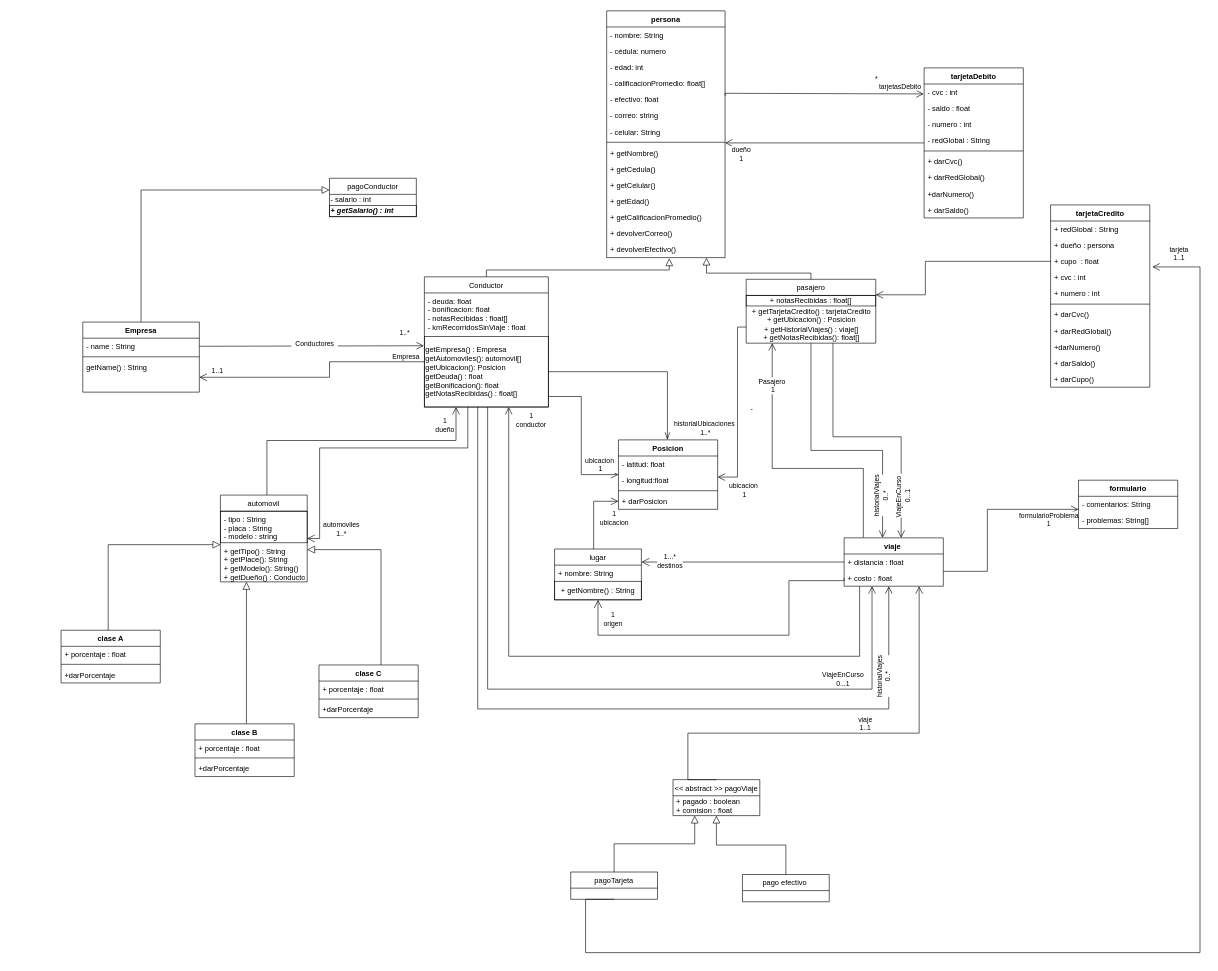
Above: DiagramaDeClase.drawio in DPOO2022-1-SEC04-G08/Taller2 (draw.io), before the change. Source tidied: cells renumbered, new cells numbered last; positions are measured from the earlier drawing's top-left corner, leaving out a move shared by most shapes. Both pictures are drawn from the tidied source at 62%, with x=0, y=0 at pixel (61, 11).
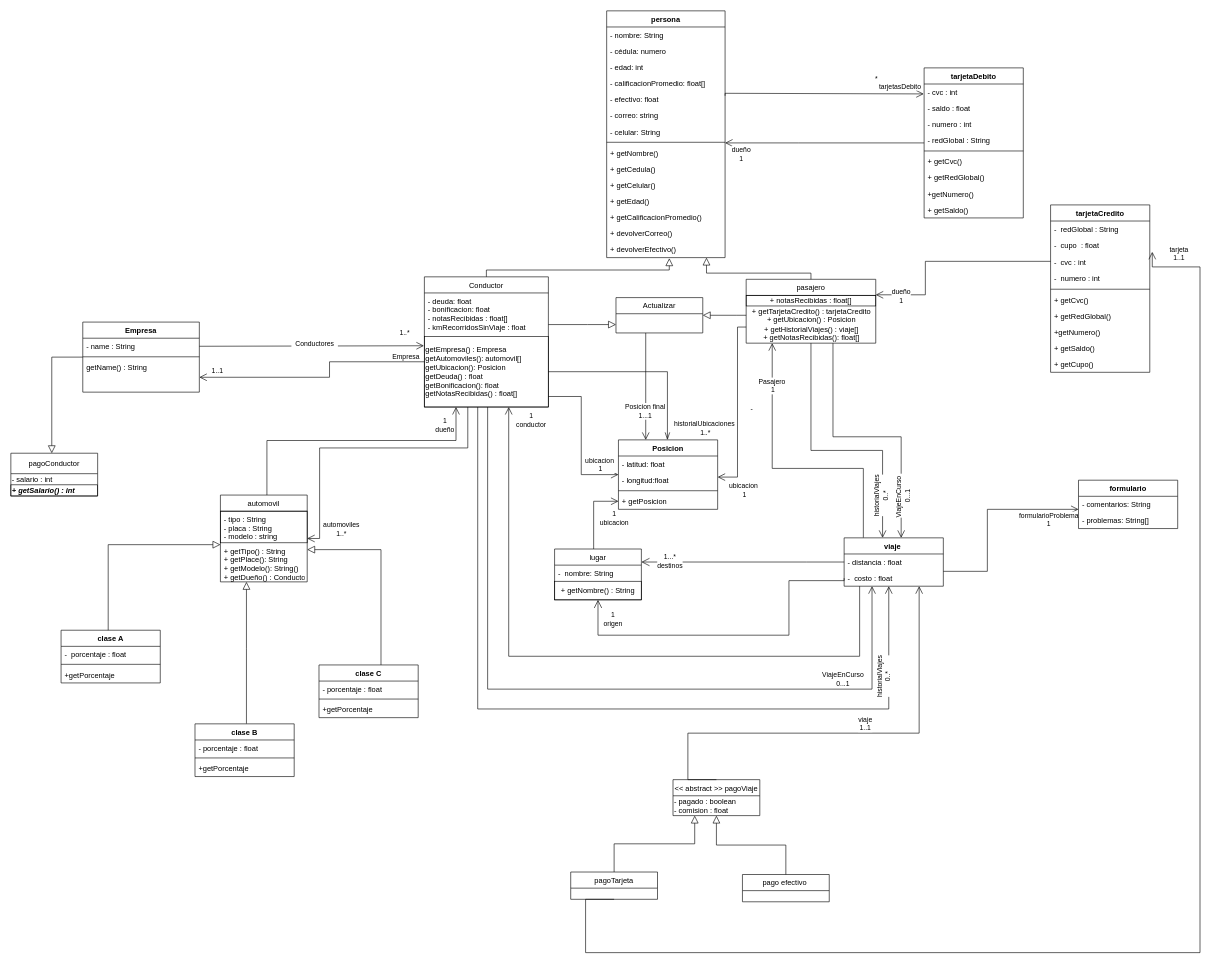
After the change.

Unchanged cells that the change refers to:
```xml
<mxCell id="13" value="pasajero" style="swimlane;fontStyle=0;horizontal=1;startSize=26;fillColor=none;" parent="1" vertex="1">
  <mxGeometry x="1105" y="433" width="209" height="103" as="geometry" />
</mxCell>
<mxCell id="24" value="Conductor" style="swimlane;fontStyle=0;horizontal=1;startSize=26;fillColor=none;" parent="1" vertex="1">
  <mxGeometry x="586" y="429" width="200" height="210" as="geometry" />
</mxCell>
<mxCell id="29" value="lugar" style="swimlane;fontStyle=0;horizontal=1;startSize=26;fillColor=none;" parent="1" vertex="1">
  <mxGeometry x="796" y="868" width="140" height="82" as="geometry" />
</mxCell>
<mxCell id="33" value="&lt;&lt; abstract &gt;&gt; pagoViaje" style="swimlane;fontStyle=0;horizontal=1;startSize=26;fillColor=none;" parent="1" vertex="1">
  <mxGeometry x="987" y="1240" width="140" height="58" as="geometry" />
</mxCell>
<mxCell id="69" value="Empresa" style="swimlane;fontStyle=1;align=center;verticalAlign=top;horizontal=1;startSize=26;" parent="1" vertex="1">
  <mxGeometry x="35" y="502" width="188" height="113" as="geometry" />
</mxCell>
<mxCell id="83" value="Posicion" style="swimlane;fontStyle=1;align=center;verticalAlign=top;horizontal=1;startSize=26;" parent="1" vertex="1">
  <mxGeometry x="899" y="692" width="160" height="112" as="geometry" />
</mxCell>
<mxCell id="88" value="tarjetaDebito" style="swimlane;fontStyle=1;align=center;verticalAlign=top;horizontal=1;startSize=26;" parent="1" vertex="1">
  <mxGeometry x="1392" y="92" width="160" height="242" as="geometry" />
</mxCell>
<mxCell id="113" value="clase A" style="swimlane;fontStyle=1;align=center;verticalAlign=top;horizontal=1;startSize=26;" parent="1" vertex="1">
  <mxGeometry y="999" width="160" height="85" as="geometry" />
</mxCell>
<mxCell id="117" value="clase B" style="swimlane;fontStyle=1;align=center;verticalAlign=top;horizontal=1;startSize=26;" parent="1" vertex="1">
  <mxGeometry x="216" y="1150" width="160" height="85" as="geometry" />
</mxCell>
<mxCell id="121" value="clase C" style="swimlane;fontStyle=1;align=center;verticalAlign=top;horizontal=1;startSize=26;" parent="1" vertex="1">
  <mxGeometry x="416" y="1055" width="160" height="85" as="geometry" />
</mxCell>
<mxCell id="125" value="viaje " style="swimlane;fontStyle=1;align=center;verticalAlign=top;horizontal=1;startSize=26;" parent="1" vertex="1">
  <mxGeometry x="1263" y="850" width="160" height="78" as="geometry" />
</mxCell>
```

Diff of the diagram source:
```diff
@@
-    <mxCell id="30" value="+ nombre: String" style="text;strokeColor=none;fillColor=none;align=left;verticalAlign=top;spacingLeft=4;spacingRight=4;overflow=hidden;" parent="29" vertex="1">
+    <mxCell id="30" value="-  nombre: String" style="text;strokeColor=none;fillColor=none;align=left;verticalAlign=top;spacingLeft=4;spacingRight=4;overflow=hidden;" parent="29" vertex="1">
       <mxGeometry y="26" width="140" height="26" as="geometry" />
     </mxCell>
@@
-    <mxCell id="34" value="&amp;nbsp;+ pagado : boolean&lt;br&gt;&amp;nbsp;+ comision : float" style="text;html=1;align=left;verticalAlign=middle;strokeColor=none;fillColor=none;" parent="33" vertex="1">
+    <mxCell id="34" value="- pagado : boolean&lt;br&gt;- comision : float" style="text;html=1;align=left;verticalAlign=middle;strokeColor=none;fillColor=none;" parent="33" vertex="1">
       <mxGeometry y="26" width="140" height="32" as="geometry" />
     </mxCell>
@@
-    <mxCell id="68" style="edgeStyle=orthogonalEdgeStyle;rounded=0;jettySize=auto;html=1;endArrow=block;endFill=0;endSize=10;" parent="1" edge="1" source="69" target="78">
-      <mxGeometry relative="1" as="geometry">
-        <Array as="points">
-          <mxPoint x="129" y="289" />
-        </Array>
-      </mxGeometry>
-    </mxCell>
@@
-    <mxCell id="78" value="pagoConductor" style="swimlane;fontStyle=0;horizontal=1;startSize=26;fillColor=none;" parent="1" vertex="1">
-      <mxGeometry x="433" y="270" width="140" height="62" as="geometry" />
+    <mxCell id="78" value="pagoConductor" style="swimlane;fontStyle=0;horizontal=1;startSize=33;fillColor=none;" parent="1" vertex="1">
+      <mxGeometry x="-81" y="713.5" width="140" height="69" as="geometry" />
     </mxCell>
     <mxCell id="79" value="- salario : int" style="text;html=1;align=left;verticalAlign=middle;strokeColor=none;fillColor=none;" parent="78" vertex="1">
-      <mxGeometry y="26" width="140" height="18" as="geometry" />
+      <mxGeometry y="33" width="140" height="18" as="geometry" />
     </mxCell>
     <mxCell id="80" value="&lt;i&gt;&lt;b&gt;&lt;i&gt;+ getSalario() : int&lt;br&gt;&lt;/i&gt;&lt;/b&gt;&lt;/i&gt;" style="text;html=1;align=left;verticalAlign=middle;strokeColor=default;fillColor=none;" parent="78" vertex="1">
-      <mxGeometry y="44" width="140" height="18" as="geometry" />
+      <mxGeometry y="51" width="140" height="18" as="geometry" />
     </mxCell>
@@
-    <mxCell id="87" value="+ darPosicion" style="text;strokeColor=none;fillColor=none;align=left;verticalAlign=top;spacingLeft=4;spacingRight=4;overflow=hidden;" parent="83" vertex="1">
+    <mxCell id="87" value="+ getPosicion" style="text;strokeColor=none;fillColor=none;align=left;verticalAlign=top;spacingLeft=4;spacingRight=4;overflow=hidden;" parent="83" vertex="1">
       <mxGeometry y="86" width="160" height="26" as="geometry" />
     </mxCell>
@@
-    <mxCell id="94" value="+ darCvc()" style="text;strokeColor=none;fillColor=none;align=left;verticalAlign=top;spacingLeft=4;spacingRight=4;overflow=hidden;" parent="88" vertex="1">
+    <mxCell id="94" value="+ getCvc()" style="text;strokeColor=none;fillColor=none;align=left;verticalAlign=top;spacingLeft=4;spacingRight=4;overflow=hidden;" parent="88" vertex="1">
       <mxGeometry y="138" width="160" height="26" as="geometry" />
     </mxCell>
-    <mxCell id="95" value="+ darRedGlobal()" style="text;strokeColor=none;fillColor=none;align=left;verticalAlign=top;spacingLeft=4;spacingRight=4;overflow=hidden;" parent="88" vertex="1">
+    <mxCell id="95" value="+ getRedGlobal()" style="text;strokeColor=none;fillColor=none;align=left;verticalAlign=top;spacingLeft=4;spacingRight=4;overflow=hidden;" parent="88" vertex="1">
       <mxGeometry y="164" width="160" height="26" as="geometry" />
     </mxCell>
-    <mxCell id="96" value="+darNumero()" style="text;strokeColor=none;fillColor=none;align=left;verticalAlign=top;spacingLeft=4;spacingRight=4;overflow=hidden;" parent="88" vertex="1">
+    <mxCell id="96" value="+getNumero()" style="text;strokeColor=none;fillColor=none;align=left;verticalAlign=top;spacingLeft=4;spacingRight=4;overflow=hidden;" parent="88" vertex="1">
       <mxGeometry y="190" width="160" height="26" as="geometry" />
     </mxCell>
-    <mxCell id="97" value="+ darSaldo()" style="text;strokeColor=none;fillColor=none;align=left;verticalAlign=top;spacingLeft=4;spacingRight=4;overflow=hidden;" parent="88" vertex="1">
+    <mxCell id="97" value="+ getSaldo()" style="text;strokeColor=none;fillColor=none;align=left;verticalAlign=top;spacingLeft=4;spacingRight=4;overflow=hidden;" parent="88" vertex="1">
       <mxGeometry y="216" width="160" height="26" as="geometry" />
     </mxCell>
     <mxCell id="98" value="tarjetaCredito" style="swimlane;fontStyle=1;align=center;verticalAlign=top;horizontal=1;startSize=26;" parent="1" vertex="1">
-      <mxGeometry x="1596" y="313" width="160" height="294" as="geometry" />
+      <mxGeometry x="1596" y="313" width="160" height="270" as="geometry" />
     </mxCell>
-    <mxCell id="99" value="+ redGlobal : String" style="text;strokeColor=none;fillColor=none;align=left;verticalAlign=top;spacingLeft=4;spacingRight=4;overflow=hidden;" parent="98" vertex="1">
+    <mxCell id="99" value="-  redGlobal : String" style="text;strokeColor=none;fillColor=none;align=left;verticalAlign=top;spacingLeft=4;spacingRight=4;overflow=hidden;" parent="98" vertex="1">
       <mxGeometry y="26" width="160" height="26" as="geometry" />
     </mxCell>
-    <mxCell id="100" value="+ dueño : persona" style="text;strokeColor=none;fillColor=none;align=left;verticalAlign=top;spacingLeft=4;spacingRight=4;overflow=hidden;" parent="98" vertex="1">
-      <mxGeometry y="52" width="160" height="26" as="geometry" />
-    </mxCell>
-    <mxCell id="101" value="+ cupo  : float " style="text;strokeColor=none;fillColor=none;align=left;verticalAlign=top;spacingLeft=4;spacingRight=4;overflow=hidden;points=[[0,0.5],[1,0.5]];portConstraint=eastwest;" parent="98" vertex="1">
-      <mxGeometry y="78" width="160" height="26" as="geometry" />
+    <mxCell id="101" value="-  cupo  : float " style="text;strokeColor=none;fillColor=none;align=left;verticalAlign=top;spacingLeft=4;spacingRight=4;overflow=hidden;points=[[0,0.5],[1,0.5]];portConstraint=eastwest;" parent="98" vertex="1">
+      <mxGeometry y="52" width="160" height="28" as="geometry" />
     </mxCell>
-    <mxCell id="102" value="+ cvc : int " style="text;strokeColor=none;fillColor=none;align=left;verticalAlign=top;spacingLeft=4;spacingRight=4;overflow=hidden;" parent="98" vertex="1">
-      <mxGeometry y="104" width="160" height="26" as="geometry" />
+    <mxCell id="102" value="-  cvc : int " style="text;strokeColor=none;fillColor=none;align=left;verticalAlign=top;spacingLeft=4;spacingRight=4;overflow=hidden;" parent="98" vertex="1">
+      <mxGeometry y="80" width="160" height="26" as="geometry" />
     </mxCell>
-    <mxCell id="103" value="+ numero : int" style="text;strokeColor=none;fillColor=none;align=left;verticalAlign=top;spacingLeft=4;spacingRight=4;overflow=hidden;" parent="98" vertex="1">
-      <mxGeometry y="130" width="160" height="26" as="geometry" />
+    <mxCell id="103" value="-  numero : int" style="text;strokeColor=none;fillColor=none;align=left;verticalAlign=top;spacingLeft=4;spacingRight=4;overflow=hidden;" parent="98" vertex="1">
+      <mxGeometry y="106" width="160" height="26" as="geometry" />
     </mxCell>
     <mxCell id="104" style="line;strokeWidth=1;fillColor=none;align=left;verticalAlign=middle;spacingTop=-1;spacingLeft=3;spacingRight=3;labelPosition=right;" parent="98" vertex="1">
-      <mxGeometry y="156" width="160" height="8" as="geometry" />
+      <mxGeometry y="132" width="160" height="8" as="geometry" />
     </mxCell>
-    <mxCell id="105" value="+ darCvc()" style="text;strokeColor=none;fillColor=none;align=left;verticalAlign=top;spacingLeft=4;spacingRight=4;overflow=hidden;" parent="98" vertex="1">
-      <mxGeometry y="164" width="160" height="26" as="geometry" />
+    <mxCell id="105" value="+ getCvc()" style="text;strokeColor=none;fillColor=none;align=left;verticalAlign=top;spacingLeft=4;spacingRight=4;overflow=hidden;" parent="98" vertex="1">
+      <mxGeometry y="140" width="160" height="26" as="geometry" />
     </mxCell>
-    <mxCell id="106" value="+ darRedGlobal()" style="text;strokeColor=none;fillColor=none;align=left;verticalAlign=top;spacingLeft=4;spacingRight=4;overflow=hidden;" parent="98" vertex="1">
-      <mxGeometry y="190" width="160" height="26" as="geometry" />
+    <mxCell id="106" value="+ getRedGlobal()" style="text;strokeColor=none;fillColor=none;align=left;verticalAlign=top;spacingLeft=4;spacingRight=4;overflow=hidden;" parent="98" vertex="1">
+      <mxGeometry y="166" width="160" height="26" as="geometry" />
     </mxCell>
-    <mxCell id="107" value="+darNumero()" style="text;strokeColor=none;fillColor=none;align=left;verticalAlign=top;spacingLeft=4;spacingRight=4;overflow=hidden;" parent="98" vertex="1">
-      <mxGeometry y="216" width="160" height="26" as="geometry" />
+    <mxCell id="107" value="+getNumero()" style="text;strokeColor=none;fillColor=none;align=left;verticalAlign=top;spacingLeft=4;spacingRight=4;overflow=hidden;" parent="98" vertex="1">
+      <mxGeometry y="192" width="160" height="26" as="geometry" />
     </mxCell>
-    <mxCell id="108" value="+ darSaldo()" style="text;strokeColor=none;fillColor=none;align=left;verticalAlign=top;spacingLeft=4;spacingRight=4;overflow=hidden;" parent="98" vertex="1">
-      <mxGeometry y="242" width="160" height="26" as="geometry" />
+    <mxCell id="108" value="+ getSaldo()" style="text;strokeColor=none;fillColor=none;align=left;verticalAlign=top;spacingLeft=4;spacingRight=4;overflow=hidden;" parent="98" vertex="1">
+      <mxGeometry y="218" width="160" height="26" as="geometry" />
     </mxCell>
-    <mxCell id="109" value="+ darCupo()" style="text;strokeColor=none;fillColor=none;align=left;verticalAlign=top;spacingLeft=4;spacingRight=4;overflow=hidden;" parent="98" vertex="1">
-      <mxGeometry y="268" width="160" height="26" as="geometry" />
+    <mxCell id="109" value="+ getCupo()" style="text;strokeColor=none;fillColor=none;align=left;verticalAlign=top;spacingLeft=4;spacingRight=4;overflow=hidden;" parent="98" vertex="1">
+      <mxGeometry y="244" width="160" height="26" as="geometry" />
     </mxCell>
@@
-    <mxCell id="114" value="+ porcentaje : float" style="text;strokeColor=none;fillColor=none;align=left;verticalAlign=top;spacingLeft=4;spacingRight=4;overflow=hidden;" parent="113" vertex="1">
+    <mxCell id="114" value="-  porcentaje : float" style="text;strokeColor=none;fillColor=none;align=left;verticalAlign=top;spacingLeft=4;spacingRight=4;overflow=hidden;" parent="113" vertex="1">
       <mxGeometry y="26" width="160" height="25" as="geometry" />
     </mxCell>
@@
-    <mxCell id="116" value="+darPorcentaje" style="text;strokeColor=none;fillColor=none;align=left;verticalAlign=top;spacingLeft=4;spacingRight=4;overflow=hidden;" parent="113" vertex="1">
+    <mxCell id="116" value="+getPorcentaje" style="text;strokeColor=none;fillColor=none;align=left;verticalAlign=top;spacingLeft=4;spacingRight=4;overflow=hidden;" parent="113" vertex="1">
       <mxGeometry y="59" width="160" height="26" as="geometry" />
     </mxCell>
@@
-    <mxCell id="118" value="+ porcentaje : float" style="text;strokeColor=none;fillColor=none;align=left;verticalAlign=top;spacingLeft=4;spacingRight=4;overflow=hidden;" parent="117" vertex="1">
+    <mxCell id="118" value="- porcentaje : float" style="text;strokeColor=none;fillColor=none;align=left;verticalAlign=top;spacingLeft=4;spacingRight=4;overflow=hidden;" parent="117" vertex="1">
       <mxGeometry y="26" width="160" height="25" as="geometry" />
     </mxCell>
@@
-    <mxCell id="120" value="+darPorcentaje" style="text;strokeColor=none;fillColor=none;align=left;verticalAlign=top;spacingLeft=4;spacingRight=4;overflow=hidden;" parent="117" vertex="1">
+    <mxCell id="120" value="+getPorcentaje" style="text;strokeColor=none;fillColor=none;align=left;verticalAlign=top;spacingLeft=4;spacingRight=4;overflow=hidden;" parent="117" vertex="1">
       <mxGeometry y="59" width="160" height="26" as="geometry" />
     </mxCell>
@@
-    <mxCell id="122" value="+ porcentaje : float" style="text;strokeColor=none;fillColor=none;align=left;verticalAlign=top;spacingLeft=4;spacingRight=4;overflow=hidden;" parent="121" vertex="1">
+    <mxCell id="122" value="- porcentaje : float" style="text;strokeColor=none;fillColor=none;align=left;verticalAlign=top;spacingLeft=4;spacingRight=4;overflow=hidden;" parent="121" vertex="1">
       <mxGeometry y="26" width="160" height="25" as="geometry" />
     </mxCell>
@@
-    <mxCell id="124" value="+darPorcentaje" style="text;strokeColor=none;fillColor=none;align=left;verticalAlign=top;spacingLeft=4;spacingRight=4;overflow=hidden;" parent="121" vertex="1">
+    <mxCell id="124" value="+getPorcentaje" style="text;strokeColor=none;fillColor=none;align=left;verticalAlign=top;spacingLeft=4;spacingRight=4;overflow=hidden;" parent="121" vertex="1">
       <mxGeometry y="59" width="160" height="26" as="geometry" />
     </mxCell>
@@
-    <mxCell id="126" value="+ distancia : float" style="text;strokeColor=none;fillColor=none;align=left;verticalAlign=top;spacingLeft=4;spacingRight=4;overflow=hidden;" parent="125" vertex="1">
+    <mxCell id="126" value="- distancia : float" style="text;strokeColor=none;fillColor=none;align=left;verticalAlign=top;spacingLeft=4;spacingRight=4;overflow=hidden;" parent="125" vertex="1">
       <mxGeometry y="26" width="160" height="26" as="geometry" />
     </mxCell>
-    <mxCell id="127" value="+ costo : float&#10;" style="text;strokeColor=none;fillColor=none;align=left;verticalAlign=top;spacingLeft=4;spacingRight=4;overflow=hidden;points=[[0,0.5],[1,0.5]];portConstraint=eastwest;" parent="125" vertex="1">
+    <mxCell id="127" value="-  costo : float&#10;" style="text;strokeColor=none;fillColor=none;align=left;verticalAlign=top;spacingLeft=4;spacingRight=4;overflow=hidden;points=[[0,0.5],[1,0.5]];portConstraint=eastwest;" parent="125" vertex="1">
       <mxGeometry y="52" width="160" height="26" as="geometry" />
     </mxCell>
@@
+    <mxCell id="149" style="edgeStyle=orthogonalEdgeStyle;rounded=0;jettySize=auto;html=1;endArrow=open;endFill=0;endSize=10;strokeWidth=1;" parent="1" edge="1" source="151" target="83">
+      <mxGeometry relative="1" as="geometry">
+        <Array as="points">
+          <mxPoint x="943" y="568" />
+          <mxPoint x="943" y="568" />
+        </Array>
+      </mxGeometry>
+    </mxCell>
+    <mxCell id="150" value="Posicion final&lt;br&gt;1...1" style="edgeLabel;html=1;align=center;verticalAlign=middle;" parent="149" vertex="1">
+      <mxGeometry x="0.38" y="1" relative="1" as="geometry">
+        <mxPoint x="-3" y="7" as="offset" />
+      </mxGeometry>
+    </mxCell>
+    <mxCell id="151" value="Actualizar" style="swimlane;fontStyle=0;horizontal=1;startSize=26;fillColor=none;" parent="1" vertex="1">
+      <mxGeometry x="895" y="462.5" width="140" height="57" as="geometry" />
+    </mxCell>
+    <mxCell id="68" style="edgeStyle=orthogonalEdgeStyle;rounded=0;jettySize=auto;html=1;endArrow=block;endFill=0;endSize=10;" parent="1" edge="1" source="69" target="78">
+      <mxGeometry relative="1" as="geometry">
+        <Array as="points">
+          <mxPoint x="-15" y="559" />
+        </Array>
+      </mxGeometry>
+    </mxCell>
+    <mxCell id="152" style="edgeStyle=orthogonalEdgeStyle;rounded=0;jettySize=auto;html=1;endArrow=block;endFill=0;endSize=10;strokeWidth=1;" parent="1" edge="1" source="24" target="151">
+      <mxGeometry relative="1" as="geometry">
+        <Array as="points">
+          <mxPoint x="849" y="506" />
+          <mxPoint x="849" y="506" />
+        </Array>
+      </mxGeometry>
+    </mxCell>
+    <mxCell id="153" style="edgeStyle=orthogonalEdgeStyle;rounded=0;jettySize=auto;html=1;endArrow=block;endFill=0;endSize=10;strokeWidth=1;" parent="1" edge="1" source="13" target="151">
+      <mxGeometry relative="1" as="geometry">
+        <Array as="points">
+          <mxPoint x="1090" y="491" />
+          <mxPoint x="1090" y="491" />
+        </Array>
+      </mxGeometry>
+    </mxCell>
+    <mxCell id="154" value="dueño&lt;br&gt;1" style="edgeLabel;html=1;align=center;verticalAlign=middle;" parent="1" vertex="1">
+      <mxGeometry x="1120" y="239" as="geometry">
+        <mxPoint x="234" y="220" as="offset" />
+      </mxGeometry>
+    </mxCell>
```
